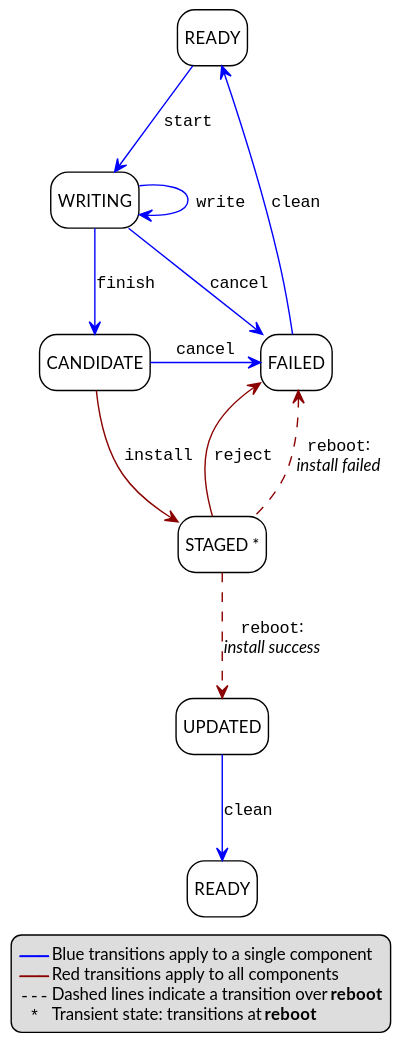
Earlier version of the PlantUML export doc/fwu/figure/states/no-trial.svg (ARM-software/psa-api). Its source is kept beside it as doc/fwu/figure/states/no-trial.puml.
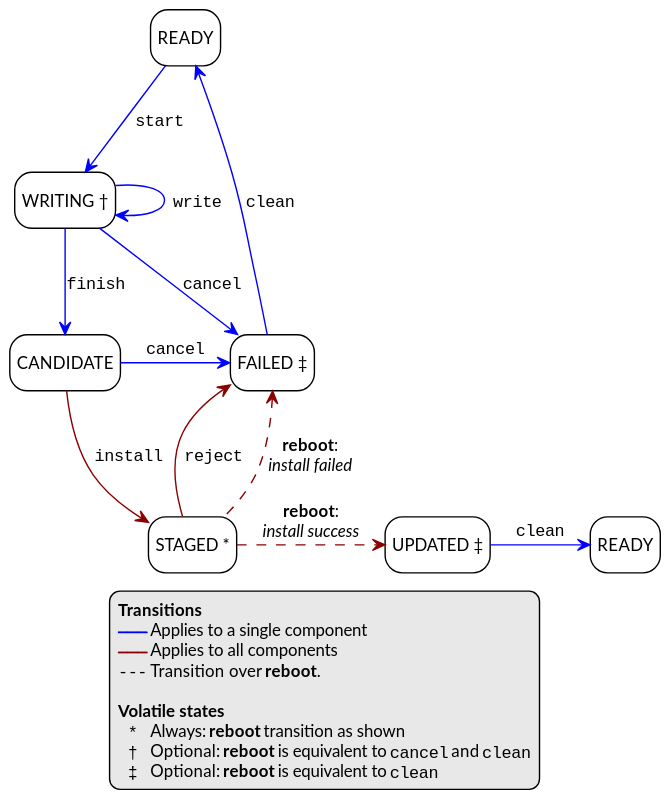
After the change.

The edit, as a diff of the source:
```diff
@@ -4,19 +4,24 @@
 
 skinparam LegendFontSize 12
 
-legend bottom
-  <color:blue>--""———""--</color> Blue transitions apply to a single component
-  <color:darkred>--""———""--</color> Red transitions apply to all components
-  ""---"" Dashed lines indicate a transition over **reboot**
-  "" * "" Transient state: transitions at **reboot**
+legend
+  **Transitions**
+  <color:blue>--""———""--</color> Applies to a single component
+  <color:darkred>--""———""--</color> Applies to all components
+  ""---"" Transition over **reboot**.
+
+  **Volatile states**
+  "" * "" Always: **reboot** transition as shown
+  "" † "" Optional: **reboot** is equivalent to ""cancel"" and ""clean""
+  "" ‡ "" Optional: **reboot** is equivalent to ""clean""
 end legend
 
 state Start as "READY"
-state Writing as "WRITING"
+state Writing as "WRITING †"
 state Candidate as "CANDIDATE"
 state Staged as "STAGED *"
-state Failed as "FAILED"
-state Updated as "UPDATED"
+state Failed as "FAILED ‡"
+state Updated as "UPDATED ‡"
 state End as "READY"
 
 Start -[#blue]-> Writing : ""start""
@@ -24,14 +29,14 @@
 Writing -[#blue]-> Candidate : ""finish""
 Writing -[#blue]-> Failed : ""cancel""
 Candidate -r[#blue]-> Failed : ""cancel""
-Candidate -d[#darkred]-> Staged : ""install""
+Candidate -[#darkred]-> Staged : ""install""
 
-Staged -[#darkred,dashed]-> Updated : ""reboot"":\n//install success//
-Staged -u[#darkred,dashed]-> Failed : ""reboot"":\n//install failed//
+Staged -r[#darkred,dashed]-> Updated : **reboot**:\n//install success//
+Staged -u[#darkred,dashed]-> Failed : **reboot**:\n//install failed//
 Staged -u[#darkred]-> Failed : ""reject""
 
 Failed -u[#blue]-> Start: ""clean""
 
-Updated -[#blue]-> End : ""clean""
+Updated -r[#blue]-> End : ""clean""
 
 @enduml
```
